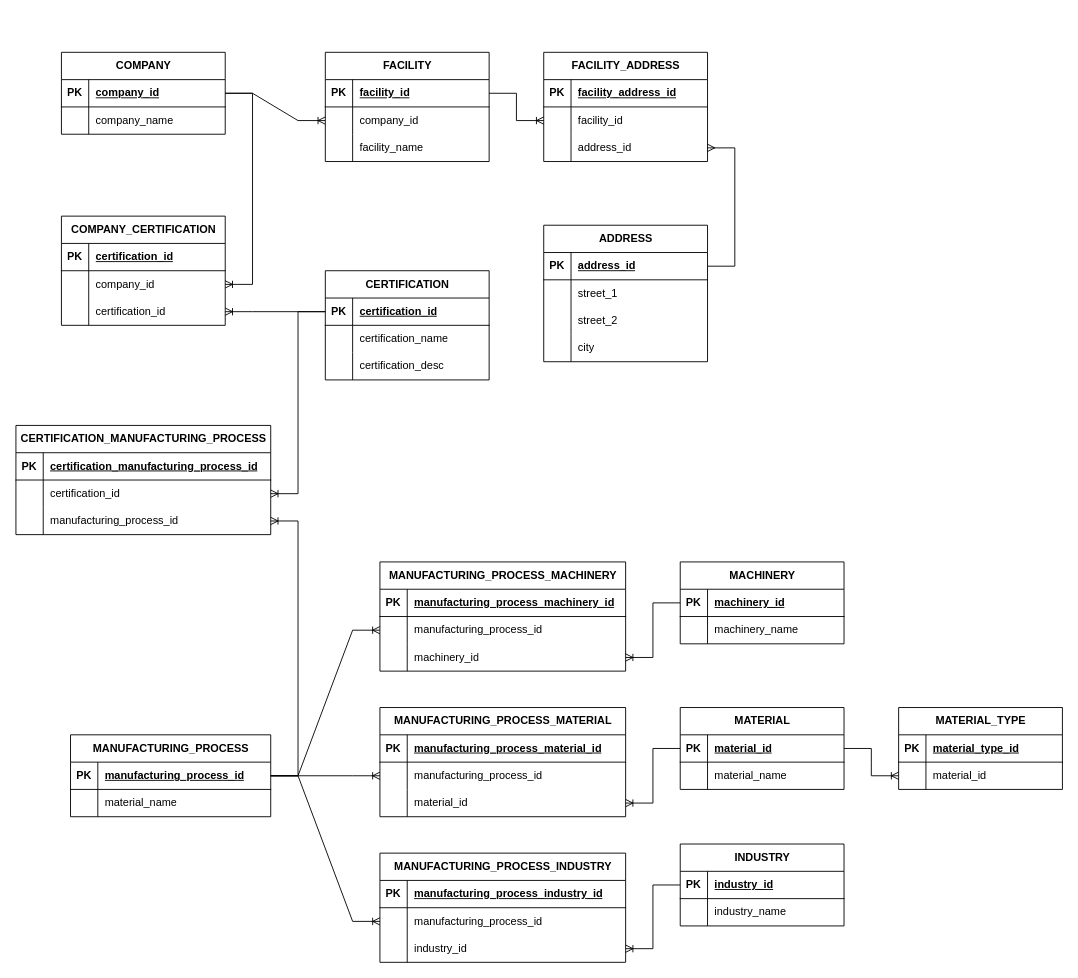
Earlier version of the draw.io diagram DB.drawio (MFR-org/infrastructure-docs). Source tidied: cells renumbered, new cells numbered last; positions are measured from the earlier drawing's top-left corner, leaving out a move shared by most shapes. Both pictures are drawn from the tidied source at 91%, with x=0, y=0 at pixel (15, 52).
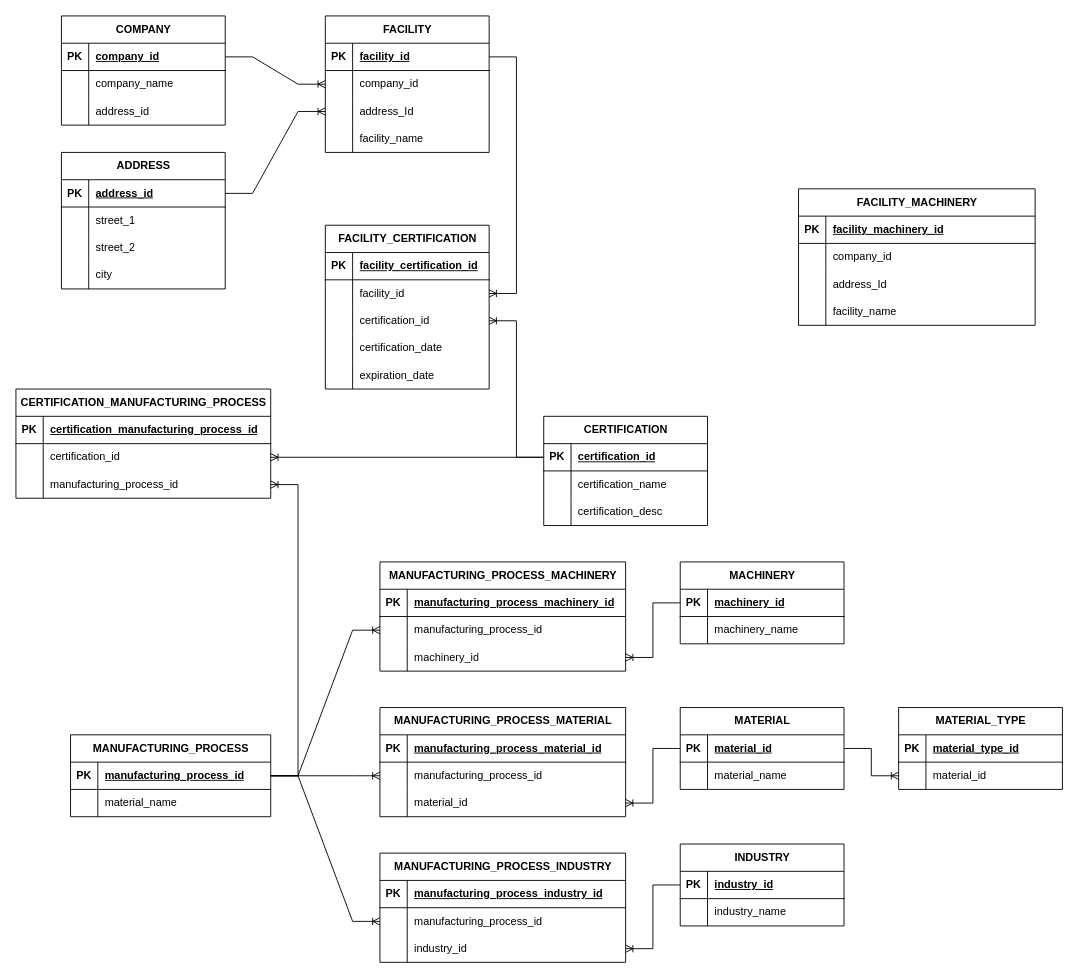
The same diagram, later.

The change refers to these unchanged cells:
```xml
<mxCell id="3" style="shape=tableRow;horizontal=0;startSize=0;swimlaneHead=0;swimlaneBody=0;fillColor=none;points=[[0,0.5],[1,0.5]];portConstraint=eastwest;top=0;left=0;right=0;bottom=1;" parent="2" vertex="1">
  <mxGeometry y="30" width="180" height="30" as="geometry" />
</mxCell>
<mxCell id="10" style="shape=tableRow;horizontal=0;startSize=0;swimlaneHead=0;swimlaneBody=0;fillColor=none;points=[[0,0.5],[1,0.5]];portConstraint=eastwest;top=0;left=0;right=0;bottom=1;" parent="9" vertex="1">
  <mxGeometry y="30" width="180" height="30" as="geometry" />
</mxCell>
<mxCell id="42" style="shape=tableRow;horizontal=0;startSize=0;swimlaneHead=0;swimlaneBody=0;fillColor=none;points=[[0,0.5],[1,0.5]];portConstraint=eastwest;top=0;left=0;right=0;bottom=1;" parent="41" vertex="1">
  <mxGeometry y="30" width="180" height="30" as="geometry" />
</mxCell>
<mxCell id="52" style="shape=tableRow;horizontal=0;startSize=0;swimlaneHead=0;swimlaneBody=0;fillColor=none;top=0;left=0;right=0;bottom=1;" parent="51" vertex="1">
  <mxGeometry y="30" width="180" height="30" as="geometry" />
</mxCell>
<mxCell id="55" style="shape=tableRow;horizontal=0;startSize=0;swimlaneHead=0;swimlaneBody=0;fillColor=none;points=[[0,0.5],[1,0.5]];portConstraint=eastwest;top=0;left=0;right=0;bottom=0;" parent="51" vertex="1">
  <mxGeometry y="60" width="180" height="30" as="geometry" />
</mxCell>
<mxCell id="64" style="shape=tableRow;horizontal=0;startSize=0;swimlaneHead=0;swimlaneBody=0;fillColor=none;points=[[0,0.5],[1,0.5]];portConstraint=eastwest;top=0;left=0;right=0;bottom=1;" parent="63" vertex="1">
  <mxGeometry y="30" width="180" height="30" as="geometry" />
</mxCell>
<mxCell id="89" style="shape=tableRow;horizontal=0;startSize=0;swimlaneHead=0;swimlaneBody=0;fillColor=none;points=[[0,0.5],[1,0.5]];portConstraint=eastwest;top=0;left=0;right=0;bottom=1;" parent="88" vertex="1">
  <mxGeometry y="30" width="220" height="30" as="geometry" />
</mxCell>
<mxCell id="143" style="shape=tableRow;horizontal=0;startSize=0;swimlaneHead=0;swimlaneBody=0;fillColor=none;points=[[0,0.5],[1,0.5]];portConstraint=eastwest;top=0;left=0;right=0;bottom=0;" parent="139" vertex="1">
  <mxGeometry y="60" width="280" height="30" as="geometry" />
</mxCell>
<mxCell id="146" style="shape=tableRow;horizontal=0;startSize=0;swimlaneHead=0;swimlaneBody=0;fillColor=none;points=[[0,0.5],[1,0.5]];portConstraint=eastwest;top=0;left=0;right=0;bottom=0;" parent="139" vertex="1">
  <mxGeometry y="90" width="280" height="30" as="geometry" />
</mxCell>
```

Diff of the diagram source:
```diff
@@
     <mxCell id="2" value="COMPANY" style="shape=table;startSize=30;childLayout=tableLayout;rowLines=0;fontStyle=1;align=center;html=1;" parent="1" vertex="1">
-      <mxGeometry x="50" width="180" height="90" as="geometry" />
+      <mxGeometry x="50" y="-40" width="180" height="120" as="geometry" />
     </mxCell>
@@
+    <mxCell id="152" style="shape=tableRow;horizontal=0;startSize=0;swimlaneHead=0;swimlaneBody=0;fillColor=none;top=0;left=0;right=0;bottom=0;" parent="2" vertex="1">
+      <mxGeometry y="90" width="180" height="30" as="geometry" />
+    </mxCell>
+    <mxCell id="153" style="shape=partialRectangle;fillColor=none;top=0;left=0;bottom=0;right=0;overflow=hidden;whiteSpace=wrap;html=1;" parent="152" vertex="1">
+      <mxGeometry width="30" height="30" as="geometry" />
+    </mxCell>
+    <mxCell id="85" value="address_id" style="shape=partialRectangle;fillColor=none;top=0;left=0;bottom=0;right=0;align=left;spacingLeft=6;overflow=hidden;whiteSpace=wrap;html=1;" parent="152" vertex="1">
+      <mxGeometry x="30" width="150" height="30" as="geometry" />
+    </mxCell>
     <mxCell id="9" value="FACILITY" style="shape=table;startSize=30;childLayout=tableLayout;rowLines=0;fontStyle=1;align=center;html=1;" parent="1" vertex="1">
-      <mxGeometry x="340" width="180" height="120" as="geometry" />
+      <mxGeometry x="340" y="-40" width="180" height="150" as="geometry" />
     </mxCell>
@@
+    <mxCell id="154" style="shape=tableRow;horizontal=0;startSize=0;swimlaneHead=0;swimlaneBody=0;fillColor=none;points=[[0,0.5],[1,0.5]];portConstraint=eastwest;top=0;left=0;right=0;bottom=0;" parent="9" vertex="1">
+      <mxGeometry y="90" width="180" height="30" as="geometry" />
+    </mxCell>
+    <mxCell id="155" style="shape=partialRectangle;fillColor=none;top=0;left=0;bottom=0;right=0;overflow=hidden;whiteSpace=wrap;html=1;" parent="154" vertex="1">
+      <mxGeometry width="30" height="30" as="geometry" />
+    </mxCell>
+    <mxCell id="156" value="address_Id" style="shape=partialRectangle;fillColor=none;top=0;left=0;bottom=0;right=0;align=left;spacingLeft=6;overflow=hidden;whiteSpace=wrap;html=1;" parent="154" vertex="1">
+      <mxGeometry x="30" width="150" height="30" as="geometry" />
+    </mxCell>
     <mxCell id="16" style="shape=tableRow;horizontal=0;startSize=0;swimlaneHead=0;swimlaneBody=0;fillColor=none;top=0;left=0;right=0;bottom=0;" parent="9" vertex="1">
-      <mxGeometry y="90" width="180" height="30" as="geometry" />
+      <mxGeometry y="120" width="180" height="30" as="geometry" />
     </mxCell>
@@
     <mxCell id="41" value="CERTIFICATION" style="shape=table;startSize=30;childLayout=tableLayout;rowLines=0;fontStyle=1;align=center;html=1;" parent="1" vertex="1">
-      <mxGeometry x="340" y="240" width="180" height="120" as="geometry" />
+      <mxGeometry x="580" y="400" width="180" height="120" as="geometry" />
     </mxCell>
@@
-    <mxCell id="51" value="COMPANY_CERTIFICATION" style="shape=table;startSize=30;childLayout=tableLayout;rowLines=0;fontStyle=1;align=center;html=1;" parent="1" vertex="1">
-      <mxGeometry x="50" y="180" width="180" height="120" as="geometry" />
+    <mxCell id="51" value="FACILITY_CERTIFICATION" style="shape=table;startSize=30;childLayout=tableLayout;rowLines=0;fontStyle=1;align=center;html=1;" parent="1" vertex="1">
+      <mxGeometry x="340" y="190" width="180" height="180" as="geometry" />
     </mxCell>
@@
-    <mxCell id="54" value="certification_id" style="shape=partialRectangle;fillColor=none;top=0;left=0;bottom=0;right=0;align=left;spacingLeft=6;fontStyle=5;overflow=hidden;whiteSpace=wrap;html=1;" parent="52" vertex="1">
+    <mxCell id="54" value="facility_certification_id" style="shape=partialRectangle;fillColor=none;top=0;left=0;bottom=0;right=0;align=left;spacingLeft=6;fontStyle=5;overflow=hidden;whiteSpace=wrap;html=1;" parent="52" vertex="1">
       <mxGeometry x="30" width="150" height="30" as="geometry" />
     </mxCell>
@@
-    <mxCell id="57" value="company_id" style="shape=partialRectangle;fillColor=none;top=0;left=0;bottom=0;right=0;align=left;spacingLeft=6;overflow=hidden;whiteSpace=wrap;html=1;" parent="55" vertex="1">
+    <mxCell id="57" value="facility_id" style="shape=partialRectangle;fillColor=none;top=0;left=0;bottom=0;right=0;align=left;spacingLeft=6;overflow=hidden;whiteSpace=wrap;html=1;" parent="55" vertex="1">
       <mxGeometry x="30" width="150" height="30" as="geometry" />
     </mxCell>
@@
+    <mxCell id="157" style="shape=tableRow;horizontal=0;startSize=0;swimlaneHead=0;swimlaneBody=0;fillColor=none;top=0;left=0;right=0;bottom=0;" parent="51" vertex="1">
+      <mxGeometry y="120" width="180" height="30" as="geometry" />
+    </mxCell>
+    <mxCell id="158" style="shape=partialRectangle;fillColor=none;top=0;left=0;bottom=0;right=0;overflow=hidden;whiteSpace=wrap;html=1;" parent="157" vertex="1">
+      <mxGeometry width="30" height="30" as="geometry" />
+    </mxCell>
+    <mxCell id="159" value="certification_date" style="shape=partialRectangle;fillColor=none;top=0;left=0;bottom=0;right=0;align=left;spacingLeft=6;overflow=hidden;whiteSpace=wrap;html=1;" parent="157" vertex="1">
+      <mxGeometry x="30" width="150" height="30" as="geometry" />
+    </mxCell>
+    <mxCell id="160" style="shape=tableRow;horizontal=0;startSize=0;swimlaneHead=0;swimlaneBody=0;fillColor=none;top=0;left=0;right=0;bottom=0;" parent="51" vertex="1">
+      <mxGeometry y="150" width="180" height="30" as="geometry" />
+    </mxCell>
+    <mxCell id="161" style="shape=partialRectangle;fillColor=none;top=0;left=0;bottom=0;right=0;overflow=hidden;whiteSpace=wrap;html=1;" parent="160" vertex="1">
+      <mxGeometry width="30" height="30" as="geometry" />
+    </mxCell>
+    <mxCell id="162" value="expiration_date" style="shape=partialRectangle;fillColor=none;top=0;left=0;bottom=0;right=0;align=left;spacingLeft=6;overflow=hidden;whiteSpace=wrap;html=1;" parent="160" vertex="1">
+      <mxGeometry x="30" width="150" height="30" as="geometry" />
+    </mxCell>
-    <mxCell id="61" style="edgeStyle=entityRelationEdgeStyle;fontSize=12;html=1;endArrow=ERoneToMany;rounded=0;exitX=1;exitY=0.5;exitDx=0;exitDy=0;entryX=1;entryY=0.5;entryDx=0;entryDy=0;" parent="1" edge="1" source="3" target="55">
+    <mxCell id="61" style="edgeStyle=entityRelationEdgeStyle;fontSize=12;html=1;endArrow=ERoneToMany;rounded=0;exitX=1;exitY=0.5;exitDx=0;exitDy=0;entryX=1;entryY=0.5;entryDx=0;entryDy=0;" parent="1" edge="1" source="10" target="55">
       <mxGeometry relative="1" as="geometry" />
     </mxCell>
@@
     <mxCell id="63" value="ADDRESS" style="shape=table;startSize=30;childLayout=tableLayout;rowLines=0;fontStyle=1;align=center;html=1;" parent="1" vertex="1">
-      <mxGeometry x="580" y="190" width="180" height="150" as="geometry" />
+      <mxGeometry x="50" y="110" width="180" height="150" as="geometry" />
     </mxCell>
@@
-    <mxCell id="76" value="FACILITY_ADDRESS" style="shape=table;startSize=30;childLayout=tableLayout;rowLines=0;fontStyle=1;align=center;html=1;" parent="1" vertex="1">
-      <mxGeometry x="580" width="180" height="120" as="geometry" />
-    </mxCell>
-    <mxCell id="77" style="shape=tableRow;horizontal=0;startSize=0;swimlaneHead=0;swimlaneBody=0;fillColor=none;top=0;left=0;right=0;bottom=1;" parent="76" vertex="1">
-      <mxGeometry y="30" width="180" height="30" as="geometry" />
-    </mxCell>
-    <mxCell id="78" value="PK" style="shape=partialRectangle;fillColor=none;top=0;left=0;bottom=0;right=0;fontStyle=1;overflow=hidden;whiteSpace=wrap;html=1;" parent="77" vertex="1">
-      <mxGeometry width="30" height="30" as="geometry" />
-    </mxCell>
-    <mxCell id="79" value="facility_address_id" style="shape=partialRectangle;fillColor=none;top=0;left=0;bottom=0;right=0;align=left;spacingLeft=6;fontStyle=5;overflow=hidden;whiteSpace=wrap;html=1;" parent="77" vertex="1">
-      <mxGeometry x="30" width="150" height="30" as="geometry" />
-    </mxCell>
-    <mxCell id="80" style="shape=tableRow;horizontal=0;startSize=0;swimlaneHead=0;swimlaneBody=0;fillColor=none;points=[[0,0.5],[1,0.5]];portConstraint=eastwest;top=0;left=0;right=0;bottom=0;" parent="76" vertex="1">
-      <mxGeometry y="60" width="180" height="30" as="geometry" />
-    </mxCell>
-    <mxCell id="81" style="shape=partialRectangle;fillColor=none;top=0;left=0;bottom=0;right=0;overflow=hidden;whiteSpace=wrap;html=1;" parent="80" vertex="1">
-      <mxGeometry width="30" height="30" as="geometry" />
-    </mxCell>
-    <mxCell id="82" value="facility_id" style="shape=partialRectangle;fillColor=none;top=0;left=0;bottom=0;right=0;align=left;spacingLeft=6;overflow=hidden;whiteSpace=wrap;html=1;" parent="80" vertex="1">
-      <mxGeometry x="30" width="150" height="30" as="geometry" />
-    </mxCell>
-    <mxCell id="83" style="shape=tableRow;horizontal=0;startSize=0;swimlaneHead=0;swimlaneBody=0;fillColor=none;points=[[0,0.5],[1,0.5]];portConstraint=eastwest;top=0;left=0;right=0;bottom=0;" parent="76" vertex="1">
-      <mxGeometry y="90" width="180" height="30" as="geometry" />
-    </mxCell>
-    <mxCell id="84" style="shape=partialRectangle;fillColor=none;top=0;left=0;bottom=0;right=0;overflow=hidden;whiteSpace=wrap;html=1;" parent="83" vertex="1">
-      <mxGeometry width="30" height="30" as="geometry" />
-    </mxCell>
-    <mxCell id="85" value="address_id" style="shape=partialRectangle;fillColor=none;top=0;left=0;bottom=0;right=0;align=left;spacingLeft=6;overflow=hidden;whiteSpace=wrap;html=1;" parent="83" vertex="1">
-      <mxGeometry x="30" width="150" height="30" as="geometry" />
-    </mxCell>
-    <mxCell id="86" style="edgeStyle=entityRelationEdgeStyle;fontSize=12;html=1;endArrow=ERoneToMany;rounded=0;exitX=1;exitY=0.5;exitDx=0;exitDy=0;entryX=0;entryY=0.5;entryDx=0;entryDy=0;" parent="1" edge="1" source="10" target="80">
+    <mxCell id="86" style="edgeStyle=entityRelationEdgeStyle;fontSize=12;html=1;endArrow=ERoneToMany;rounded=0;exitX=1;exitY=0.5;exitDx=0;exitDy=0;entryX=0;entryY=0.5;entryDx=0;entryDy=0;" parent="1" edge="1" source="64" target="154">
       <mxGeometry relative="1" as="geometry" />
     </mxCell>
-    <mxCell id="87" style="edgeStyle=entityRelationEdgeStyle;fontSize=12;html=1;endArrow=ERmany;rounded=0;entryX=1;entryY=0.5;entryDx=0;entryDy=0;exitX=1;exitY=0.5;exitDx=0;exitDy=0;strokeColor=default;" parent="1" edge="1" source="64" target="83">
-      <mxGeometry relative="1" as="geometry">
-        <Array as="points">
-          <mxPoint x="740" y="140" />
-          <mxPoint x="740" y="140" />
-        </Array>
-      </mxGeometry>
-    </mxCell>
@@
     <mxCell id="139" value="CERTIFICATION_MANUFACTURING_PROCESS" style="shape=table;startSize=30;childLayout=tableLayout;rowLines=0;fontStyle=1;align=center;html=1;" parent="1" vertex="1">
-      <mxGeometry y="410" width="280" height="120" as="geometry" />
+      <mxGeometry y="370" width="280" height="120" as="geometry" />
     </mxCell>
@@
     <mxCell id="150" style="edgeStyle=entityRelationEdgeStyle;fontSize=12;html=1;endArrow=ERoneToMany;rounded=0;exitX=0;exitY=0.5;exitDx=0;exitDy=0;entryX=1;entryY=0.5;entryDx=0;entryDy=0;" parent="1" edge="1" source="42" target="143">
       <mxGeometry relative="1" as="geometry">
         <Array as="points">
-          <mxPoint x="310" y="280" />
-          <mxPoint x="340" y="390" />
-          <mxPoint x="260" y="380" />
+          <mxPoint x="310" y="240" />
+          <mxPoint x="340" y="350" />
+          <mxPoint x="260" y="340" />
         </Array>
       </mxGeometry>
     </mxCell>
     <mxCell id="151" style="edgeStyle=entityRelationEdgeStyle;fontSize=12;html=1;endArrow=ERoneToMany;rounded=0;exitX=1;exitY=0.5;exitDx=0;exitDy=0;entryX=1;entryY=0.5;entryDx=0;entryDy=0;" parent="1" edge="1" source="89" target="146">
       <mxGeometry relative="1" as="geometry">
         <Array as="points">
-          <mxPoint x="370" y="590" />
+          <mxPoint x="370" y="550" />
         </Array>
       </mxGeometry>
     </mxCell>
+    <mxCell id="163" value="FACILITY_MACHINERY" style="shape=table;startSize=30;childLayout=tableLayout;rowLines=0;fontStyle=1;align=center;html=1;" parent="1" vertex="1">
+      <mxGeometry x="860" y="150" width="260" height="150" as="geometry" />
+    </mxCell>
+    <mxCell id="164" style="shape=tableRow;horizontal=0;startSize=0;swimlaneHead=0;swimlaneBody=0;fillColor=none;top=0;left=0;right=0;bottom=1;" parent="163" vertex="1">
+      <mxGeometry y="30" width="260" height="30" as="geometry" />
+    </mxCell>
+    <mxCell id="78" value="PK" style="shape=partialRectangle;fillColor=none;top=0;left=0;bottom=0;right=0;fontStyle=1;overflow=hidden;whiteSpace=wrap;html=1;" parent="164" vertex="1">
+      <mxGeometry width="30" height="30" as="geometry" />
+    </mxCell>
+    <mxCell id="165" value="facility_machinery_id" style="shape=partialRectangle;fillColor=none;top=0;left=0;bottom=0;right=0;align=left;spacingLeft=6;fontStyle=5;overflow=hidden;whiteSpace=wrap;html=1;" parent="164" vertex="1">
+      <mxGeometry x="30" width="230" height="30" as="geometry" />
+    </mxCell>
+    <mxCell id="166" style="shape=tableRow;horizontal=0;startSize=0;swimlaneHead=0;swimlaneBody=0;fillColor=none;top=0;left=0;right=0;bottom=0;" parent="163" vertex="1">
+      <mxGeometry y="60" width="260" height="30" as="geometry" />
+    </mxCell>
+    <mxCell id="167" style="shape=partialRectangle;fillColor=none;top=0;left=0;bottom=0;right=0;overflow=hidden;whiteSpace=wrap;html=1;" parent="166" vertex="1">
+      <mxGeometry width="30" height="30" as="geometry" />
+    </mxCell>
+    <mxCell id="168" value="company_id" style="shape=partialRectangle;fillColor=none;top=0;left=0;bottom=0;right=0;align=left;spacingLeft=6;overflow=hidden;whiteSpace=wrap;html=1;" parent="166" vertex="1">
+      <mxGeometry x="30" width="230" height="30" as="geometry" />
+    </mxCell>
+    <mxCell id="169" style="shape=tableRow;horizontal=0;startSize=0;swimlaneHead=0;swimlaneBody=0;fillColor=none;top=0;left=0;right=0;bottom=0;" parent="163" vertex="1">
+      <mxGeometry y="90" width="260" height="30" as="geometry" />
+    </mxCell>
+    <mxCell id="170" style="shape=partialRectangle;fillColor=none;top=0;left=0;bottom=0;right=0;overflow=hidden;whiteSpace=wrap;html=1;" parent="169" vertex="1">
+      <mxGeometry width="30" height="30" as="geometry" />
+    </mxCell>
+    <mxCell id="171" value="address_Id" style="shape=partialRectangle;fillColor=none;top=0;left=0;bottom=0;right=0;align=left;spacingLeft=6;overflow=hidden;whiteSpace=wrap;html=1;" parent="169" vertex="1">
+      <mxGeometry x="30" width="230" height="30" as="geometry" />
+    </mxCell>
+    <mxCell id="172" style="shape=tableRow;horizontal=0;startSize=0;swimlaneHead=0;swimlaneBody=0;fillColor=none;top=0;left=0;right=0;bottom=0;" parent="163" vertex="1">
+      <mxGeometry y="120" width="260" height="30" as="geometry" />
+    </mxCell>
+    <mxCell id="173" style="shape=partialRectangle;fillColor=none;top=0;left=0;bottom=0;right=0;overflow=hidden;whiteSpace=wrap;html=1;" parent="172" vertex="1">
+      <mxGeometry width="30" height="30" as="geometry" />
+    </mxCell>
+    <mxCell id="174" value="facility_name" style="shape=partialRectangle;fillColor=none;top=0;left=0;bottom=0;right=0;align=left;spacingLeft=6;overflow=hidden;whiteSpace=wrap;html=1;" parent="172" vertex="1">
+      <mxGeometry x="30" width="230" height="30" as="geometry" />
+    </mxCell>
```
